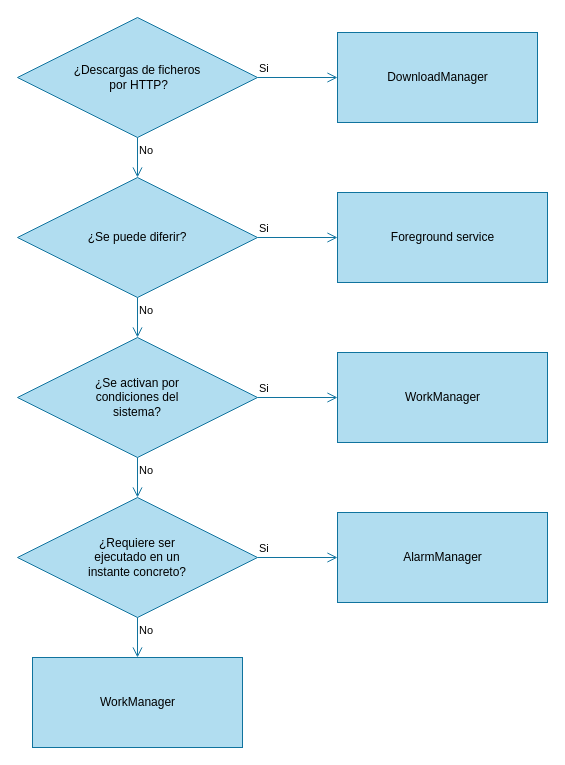
Earlier version of the draw.io diagram Untitled Diagram.drawio (xxliu95/UML-practice). Source tidied: cells renumbered, new cells numbered last; positions are measured from the earlier drawing's top-left corner, leaving out a move shared by most shapes. Both pictures are drawn from the tidied source at 100%, with x=0, y=0 at pixel (17, 17).
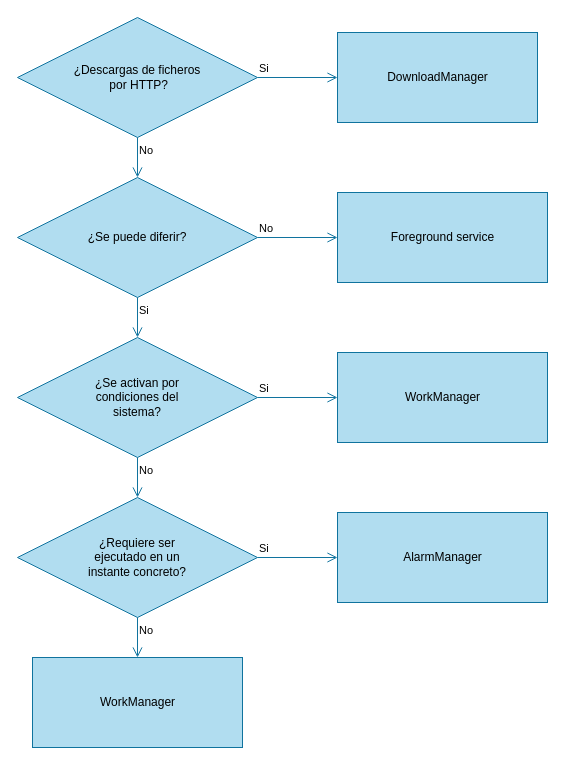
The same page after the edit.

What changed in the source:
```diff
@@
 <mxGraphModel>
   <root>
     <mxCell id="0" />
     <mxCell id="1" parent="0" />
     <mxCell id="2" value="¿Descargas de ficheros&lt;br&gt;&amp;nbsp;por HTTP?" style="rhombus;whiteSpace=wrap;html=1;fillColor=#b1ddf0;strokeColor=#10739e;" parent="1" vertex="1">
       <mxGeometry width="240" height="120" as="geometry" />
     </mxCell>
     <mxCell id="3" value="Si" style="edgeStyle=orthogonalEdgeStyle;html=1;align=left;verticalAlign=bottom;endArrow=open;endSize=8;fillColor=#b1ddf0;strokeColor=#10739e;entryX=0;entryY=0.5;entryDx=0;entryDy=0;" parent="1" edge="1" source="2" target="14">
       <mxGeometry x="-1" relative="1" as="geometry" />
     </mxCell>
     <mxCell id="4" value="No&lt;br&gt;" style="edgeStyle=orthogonalEdgeStyle;html=1;align=left;verticalAlign=top;endArrow=open;endSize=8;fillColor=#b1ddf0;strokeColor=#10739e;entryX=0.5;entryY=0;entryDx=0;entryDy=0;" parent="1" edge="1" source="2" target="5">
       <mxGeometry x="-1" relative="1" as="geometry" />
     </mxCell>
     <mxCell id="5" value="¿Se puede diferir?" style="rhombus;whiteSpace=wrap;html=1;fillColor=#b1ddf0;strokeColor=#10739e;" parent="1" vertex="1">
       <mxGeometry y="160" width="240" height="120" as="geometry" />
     </mxCell>
-    <mxCell id="6" value="Si" style="edgeStyle=orthogonalEdgeStyle;html=1;align=left;verticalAlign=bottom;endArrow=open;endSize=8;fillColor=#b1ddf0;strokeColor=#10739e;entryX=0;entryY=0.5;entryDx=0;entryDy=0;" parent="1" edge="1" source="5" target="15">
+    <mxCell id="6" value="No" style="edgeStyle=orthogonalEdgeStyle;html=1;align=left;verticalAlign=bottom;endArrow=open;endSize=8;fillColor=#b1ddf0;strokeColor=#10739e;entryX=0;entryY=0.5;entryDx=0;entryDy=0;" parent="1" edge="1" source="5" target="15">
       <mxGeometry x="-1" relative="1" as="geometry" />
     </mxCell>
-    <mxCell id="7" value="No&lt;br&gt;" style="edgeStyle=orthogonalEdgeStyle;html=1;align=left;verticalAlign=top;endArrow=open;endSize=8;fillColor=#b1ddf0;strokeColor=#10739e;entryX=0.5;entryY=0;entryDx=0;entryDy=0;" parent="1" edge="1" source="5" target="8">
+    <mxCell id="7" value="Si&lt;br&gt;" style="edgeStyle=orthogonalEdgeStyle;html=1;align=left;verticalAlign=top;endArrow=open;endSize=8;fillColor=#b1ddf0;strokeColor=#10739e;entryX=0.5;entryY=0;entryDx=0;entryDy=0;" parent="1" edge="1" source="5" target="8">
       <mxGeometry x="-1" relative="1" as="geometry" />
     </mxCell>
     <mxCell id="8" value="¿Se activan por&lt;br&gt;condiciones del&lt;br&gt;sistema?" style="rhombus;whiteSpace=wrap;html=1;fillColor=#b1ddf0;strokeColor=#10739e;" parent="1" vertex="1">
       <mxGeometry y="320" width="240" height="120" as="geometry" />
     </mxCell>
     <mxCell id="9" value="Si" style="edgeStyle=orthogonalEdgeStyle;html=1;align=left;verticalAlign=bottom;endArrow=open;endSize=8;fillColor=#b1ddf0;strokeColor=#10739e;entryX=0;entryY=0.5;entryDx=0;entryDy=0;" parent="1" edge="1" source="8" target="16">
       <mxGeometry x="-1" relative="1" as="geometry" />
     </mxCell>
     <mxCell id="10" value="No&lt;br&gt;" style="edgeStyle=orthogonalEdgeStyle;html=1;align=left;verticalAlign=top;endArrow=open;endSize=8;fillColor=#b1ddf0;strokeColor=#10739e;entryX=0.5;entryY=0;entryDx=0;entryDy=0;" parent="1" edge="1" source="8" target="11">
       <mxGeometry x="-1" relative="1" as="geometry" />
     </mxCell>
     <mxCell id="11" value="¿Requiere ser&lt;br&gt;ejecutado en un &lt;br&gt;instante concreto?" style="rhombus;whiteSpace=wrap;html=1;fillColor=#b1ddf0;strokeColor=#10739e;" parent="1" vertex="1">
       <mxGeometry y="480" width="240" height="120" as="geometry" />
     </mxCell>
     <mxCell id="12" value="Si" style="edgeStyle=orthogonalEdgeStyle;html=1;align=left;verticalAlign=bottom;endArrow=open;endSize=8;fillColor=#b1ddf0;strokeColor=#10739e;entryX=0;entryY=0.5;entryDx=0;entryDy=0;" parent="1" edge="1" source="11" target="17">
       <mxGeometry x="-1" relative="1" as="geometry" />
     </mxCell>
     <mxCell id="13" value="No&lt;br&gt;" style="edgeStyle=orthogonalEdgeStyle;html=1;align=left;verticalAlign=top;endArrow=open;endSize=8;fillColor=#b1ddf0;strokeColor=#10739e;entryX=0.5;entryY=0;entryDx=0;entryDy=0;" parent="1" edge="1" source="11" target="18">
       <mxGeometry x="-1" relative="1" as="geometry" />
     </mxCell>
     <mxCell id="14" value="DownloadManager" style="html=1;strokeColor=#10739e;fillColor=#b1ddf0;" parent="1" vertex="1">
       <mxGeometry x="320" y="15" width="200" height="90" as="geometry" />
     </mxCell>
     <mxCell id="15" value="Foreground service" style="html=1;strokeColor=#10739e;fillColor=#b1ddf0;" parent="1" vertex="1">
       <mxGeometry x="320" y="175" width="210" height="90" as="geometry" />
     </mxCell>
     <mxCell id="16" value="WorkManager" style="html=1;strokeColor=#10739e;fillColor=#b1ddf0;" parent="1" vertex="1">
       <mxGeometry x="320" y="335" width="210" height="90" as="geometry" />
     </mxCell>
     <mxCell id="17" value="AlarmManager" style="html=1;strokeColor=#10739e;fillColor=#b1ddf0;" parent="1" vertex="1">
       <mxGeometry x="320" y="495" width="210" height="90" as="geometry" />
     </mxCell>
     <mxCell id="18" value="WorkManager" style="html=1;strokeColor=#10739e;fillColor=#b1ddf0;" parent="1" vertex="1">
       <mxGeometry x="15" y="640" width="210" height="90" as="geometry" />
     </mxCell>
   </root>
 </mxGraphModel>
```
